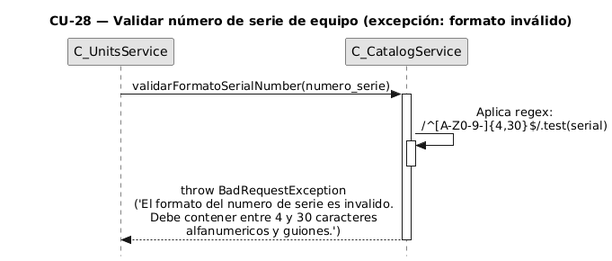
Above: diagramas-secuencia/CU28/CU28-exc-formato-invalido.png in FSM-Finet-y-Cable-Magico/Team_1-Inventario-y-Bodega (PlantUML), before the change.
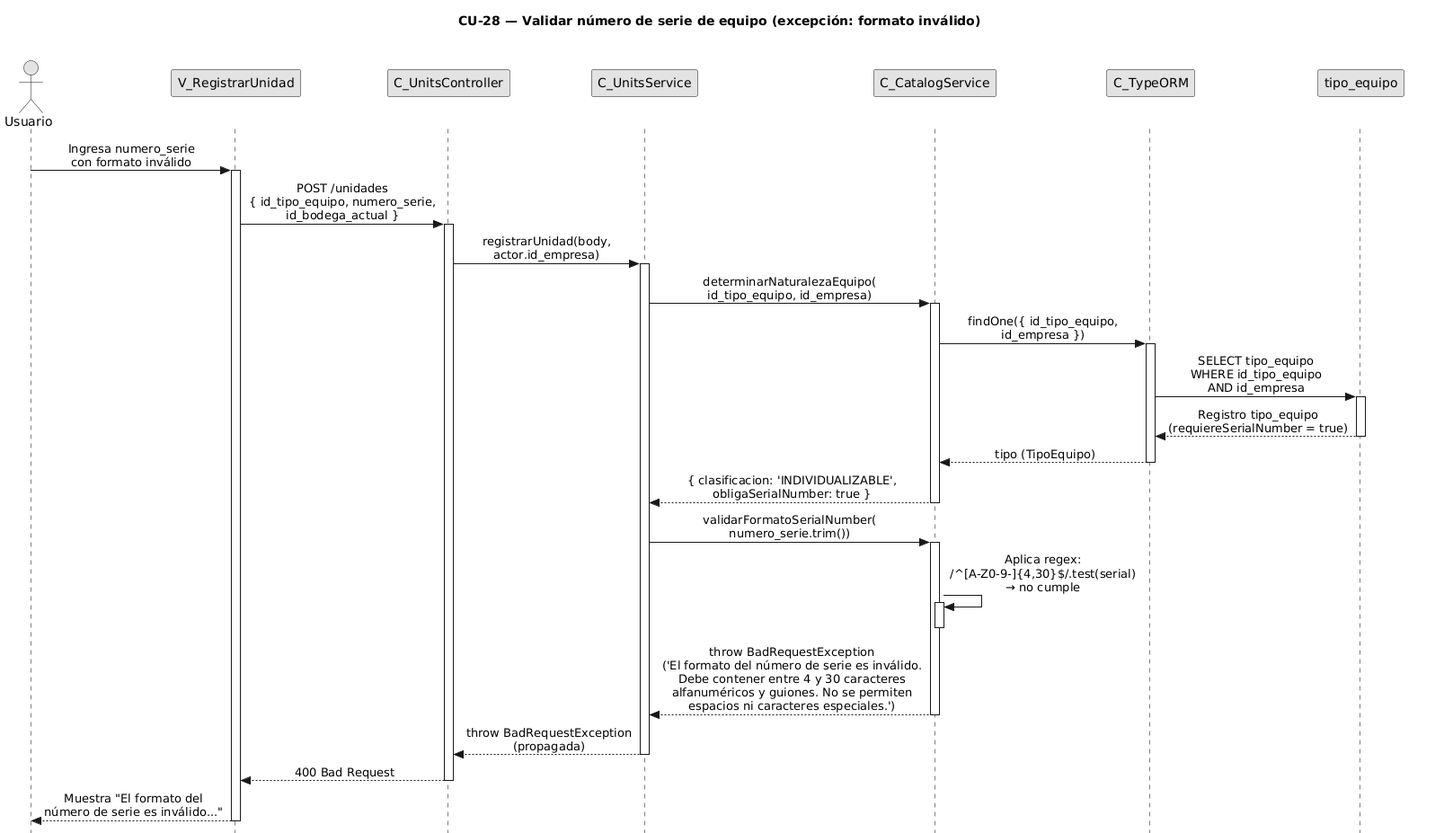
The same file after the commit.

Change to the diagram source:
```diff
@@ -5,25 +5,73 @@
 skinparam monochrome true
 skinparam shadowing false
 skinparam sequenceMessageAlign center
-skinparam ParticipantPadding 70
-skinparam ActorPadding 30
+<style>
+sequenceDiagram {
+  participant {
+    Margin 35
+  }
+  actor {
+    Margin 15
+  }
+}
+</style>
 skinparam sequence {
   MessageAlign center
   LifeLineBorderColor black
 }
 hide footbox
 
+actor "Usuario" as user
+participant "V_RegistrarUnidad" as view
+participant "C_UnitsController" as ctrl
 participant "C_UnitsService" as units
 participant "C_CatalogService" as catalog
+participant "C_TypeORM" as orm
+participant "tipo_equipo" as tent
 
-units -> catalog : validarFormatoSerialNumber(numero_serie)
+user -> view : Ingresa numero_serie\ncon formato inválido
+activate view
+
+view -> ctrl : POST /unidades\n{ id_tipo_equipo, numero_serie,\nid_bodega_actual }
+activate ctrl
+
+ctrl -> units : registrarUnidad(body,\nactor.id_empresa)
+activate units
+
+units -> catalog : determinarNaturalezaEquipo(\nid_tipo_equipo, id_empresa)
 activate catalog
 
-catalog -> catalog : Aplica regex:\n/^[A-Z0-9-]{4,30}$/.test(serial)
+catalog -> orm : findOne({ id_tipo_equipo,\nid_empresa })
+activate orm
+
+orm -> tent : SELECT tipo_equipo\nWHERE id_tipo_equipo\nAND id_empresa
+activate tent
+tent --> orm : Registro tipo_equipo\n(requiereSerialNumber = true)
+deactivate tent
+
+orm --> catalog : tipo (TipoEquipo)
+deactivate orm
+
+catalog --> units : { clasificacion: 'INDIVIDUALIZABLE',\nobligaSerialNumber: true }
+deactivate catalog
+
+units -> catalog : validarFormatoSerialNumber(\nnumero_serie.trim())
+activate catalog
+
+catalog -> catalog : Aplica regex:\n/^[A-Z0-9-]{4,30}$/.test(serial)\n→ no cumple
 activate catalog
 deactivate catalog
 
-catalog --> units : throw BadRequestException\n('El formato del numero de serie es invalido.\nDebe contener entre 4 y 30 caracteres\nalfanumericos y guiones.')
+catalog --> units : throw BadRequestException\n('El formato del número de serie es inválido.\nDebe contener entre 4 y 30 caracteres\nalfanuméricos y guiones. No se permiten\nespacios ni caracteres especiales.')
 deactivate catalog
 
+units --> ctrl : throw BadRequestException\n(propagada)
+deactivate units
+
+ctrl --> view : 400 Bad Request
+deactivate ctrl
+
+view --> user : Muestra "El formato del\nnúmero de serie es inválido..."
+deactivate view
+
 @enduml
```
